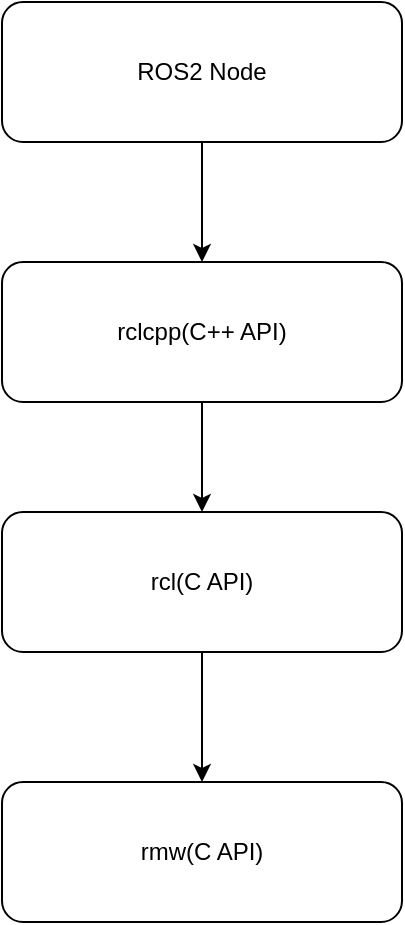
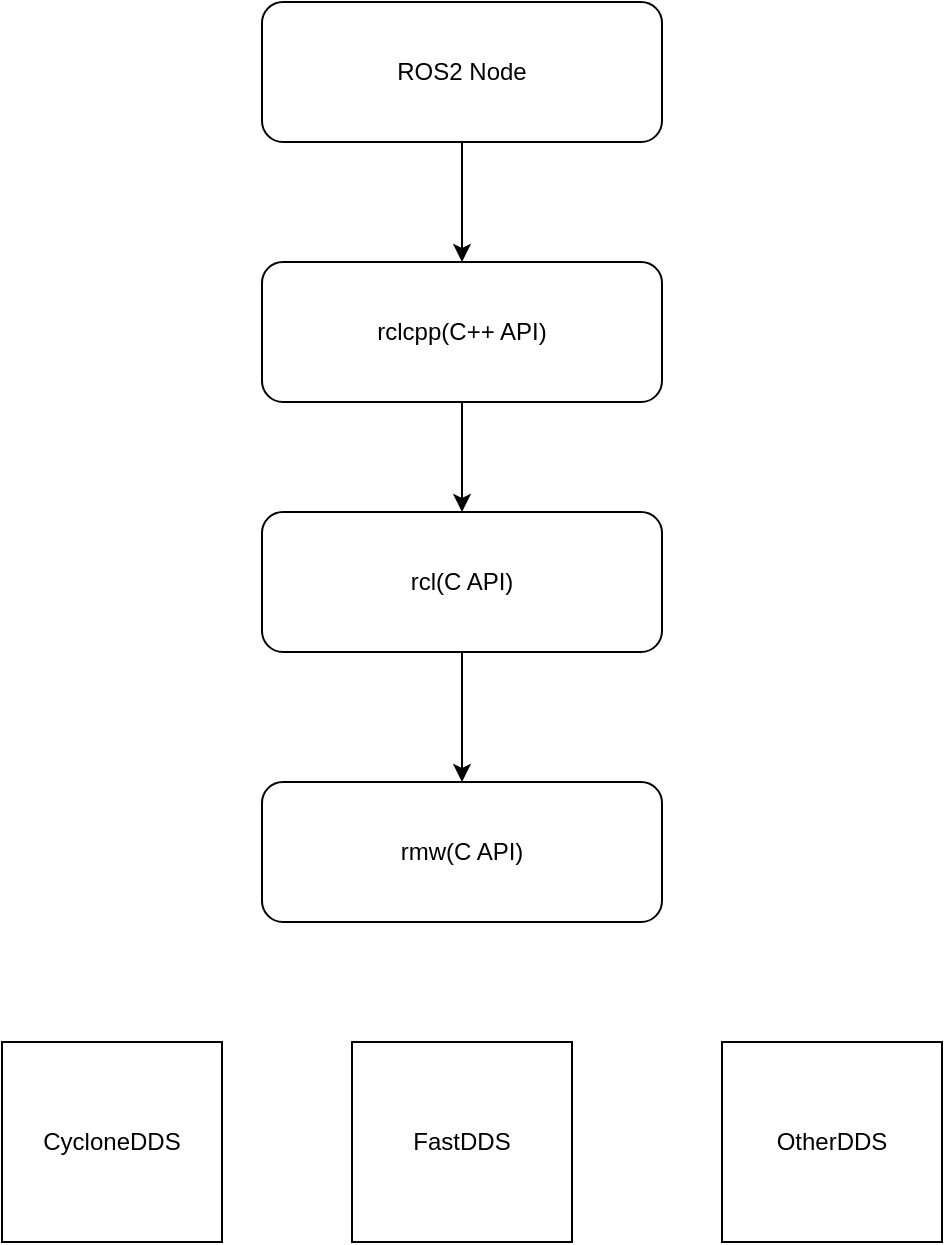
<mxfile host="app.diagrams.net">
  <diagram name="第 1 页" id="_2lEX-sws0WeVsrUzEHx">
    <mxGraphModel dx="1414" dy="791" grid="1" gridSize="10" guides="1" tooltips="1" connect="1" arrows="1" fold="1" page="1" pageScale="1" pageWidth="827" pageHeight="1169" math="0" shadow="0">
      <root>
        <mxCell id="0" />
        <mxCell id="1" parent="0" />
        <mxCell id="iibKUEZEilDxI7rWxDAY-1" edge="1" parent="1" source="CdBaPtaR014crQh5ZqR6-1" style="edgeStyle=orthogonalEdgeStyle;rounded=0;orthogonalLoop=1;jettySize=auto;html=1;" target="CdBaPtaR014crQh5ZqR6-2" value="">
          <mxGeometry relative="1" as="geometry" />
        </mxCell>
        <mxCell id="CdBaPtaR014crQh5ZqR6-1" parent="1" style="rounded=1;whiteSpace=wrap;html=1;" value="ROS2 Node" vertex="1">
          <mxGeometry height="70" width="200" x="280" y="260" as="geometry" />
        </mxCell>
        <mxCell id="iibKUEZEilDxI7rWxDAY-2" edge="1" parent="1" source="CdBaPtaR014crQh5ZqR6-2" style="edgeStyle=orthogonalEdgeStyle;rounded=0;orthogonalLoop=1;jettySize=auto;html=1;" target="CdBaPtaR014crQh5ZqR6-3" value="">
          <mxGeometry relative="1" as="geometry" />
        </mxCell>
        <mxCell id="CdBaPtaR014crQh5ZqR6-2" parent="1" style="rounded=1;whiteSpace=wrap;html=1;" value="rclcpp(C++ API)" vertex="1">
          <mxGeometry height="70" width="200" x="280" y="390" as="geometry" />
        </mxCell>
        <mxCell id="iibKUEZEilDxI7rWxDAY-3" edge="1" parent="1" source="CdBaPtaR014crQh5ZqR6-3" style="edgeStyle=orthogonalEdgeStyle;rounded=0;orthogonalLoop=1;jettySize=auto;html=1;" target="CdBaPtaR014crQh5ZqR6-4" value="">
          <mxGeometry relative="1" as="geometry" />
        </mxCell>
        <mxCell id="CdBaPtaR014crQh5ZqR6-3" parent="1" style="rounded=1;whiteSpace=wrap;html=1;" value="rcl(C API)" vertex="1">
          <mxGeometry height="70" width="200" x="280" y="515" as="geometry" />
        </mxCell>
        <mxCell id="CdBaPtaR014crQh5ZqR6-4" parent="1" style="rounded=1;whiteSpace=wrap;html=1;" value="rmw(C API)" vertex="1">
          <mxGeometry height="70" width="200" x="280" y="650" as="geometry" />
        </mxCell>
+         <mxCell id="iibKUEZEilDxI7rWxDAY-4" parent="1" style="rounded=0;whiteSpace=wrap;html=1;" value="CycloneDDS" vertex="1">
+           <mxGeometry height="100" width="110" x="150" y="780" as="geometry" />
+         </mxCell>
+         <mxCell id="iibKUEZEilDxI7rWxDAY-5" parent="1" style="rounded=0;whiteSpace=wrap;html=1;" value="FastDDS" vertex="1">
+           <mxGeometry height="100" width="110" x="325" y="780" as="geometry" />
+         </mxCell>
+         <mxCell id="iibKUEZEilDxI7rWxDAY-6" parent="1" style="rounded=0;whiteSpace=wrap;html=1;" value="OtherDDS" vertex="1">
+           <mxGeometry height="100" width="110" x="510" y="780" as="geometry" />
+         </mxCell>
      </root>
    </mxGraphModel>
  </diagram>
</mxfile>
